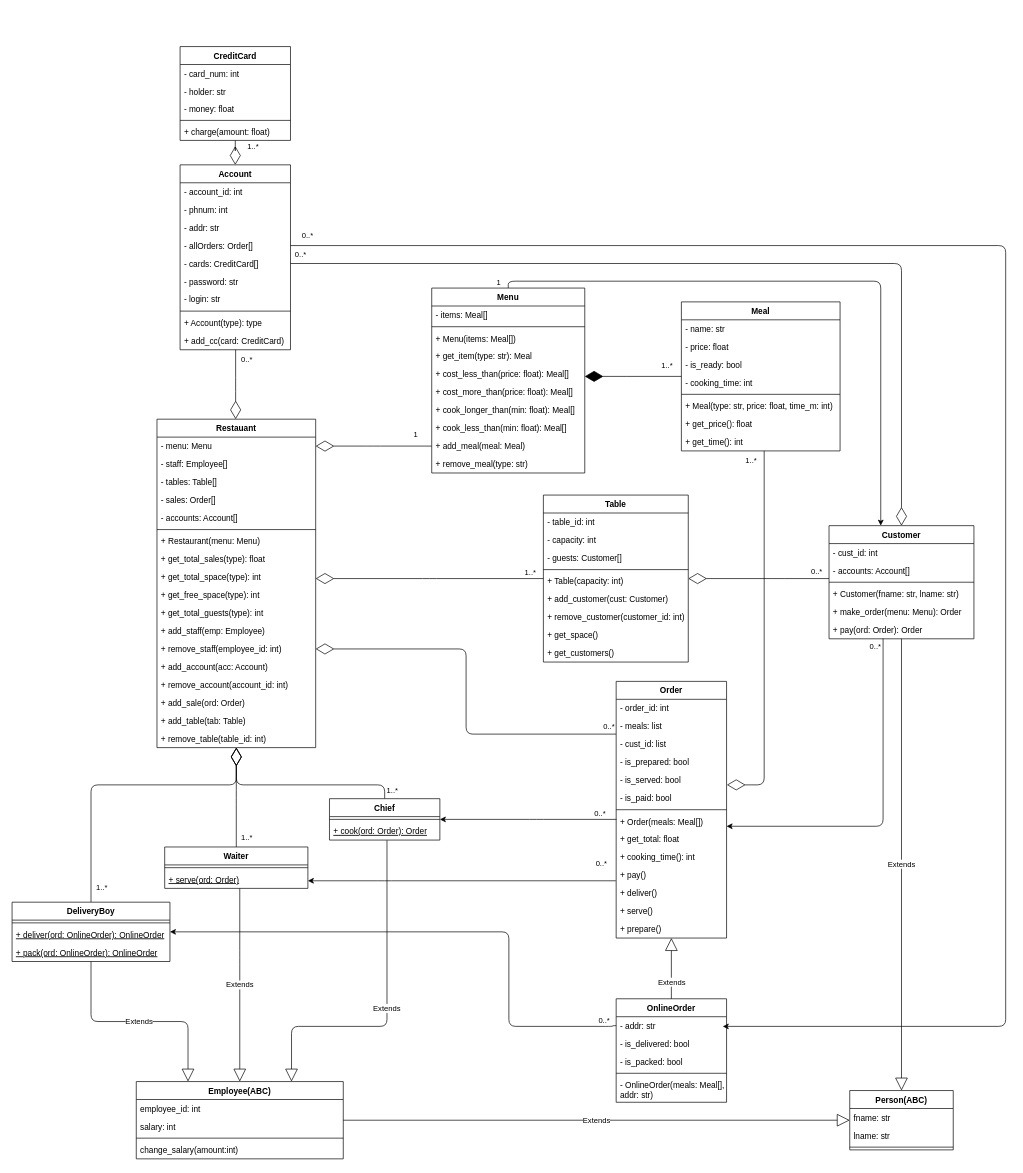
This is python_module/task4/MyDiagram2.drawio from BogdanArtem/python-education, a draw.io file, before an edit. Source tidied: cells renumbered, new cells numbered last; positions are measured from the earlier drawing's top-left corner, leaving out a move shared by most shapes. Both pictures are drawn from the tidied source at 69%, with x=0, y=0 at pixel (12, 46).
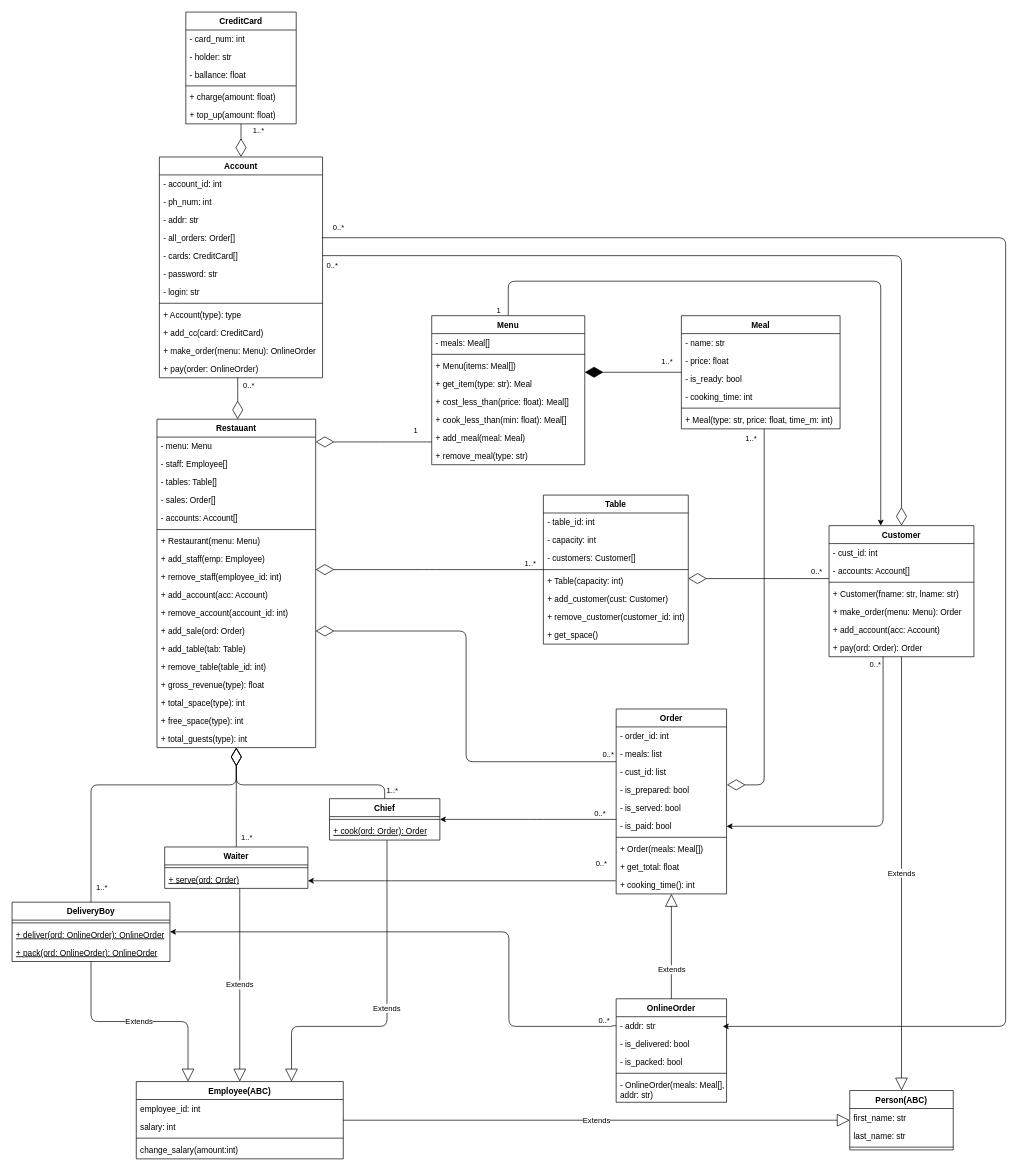
The same diagram, later.

Commit message (it also covers changes not shown here):
Fixed methods, removed inconsistencies in diagram

Unchanged cells that the change refers to:
```xml
<mxCell id="15" value="- cust_id: list" style="text;strokeColor=none;fillColor=none;align=left;verticalAlign=top;spacingLeft=4;spacingRight=4;overflow=hidden;points=[[0,0.5],[1,0.5]];portConstraint=eastwest;" parent="12" vertex="1">
  <mxGeometry y="78" width="160" height="26" as="geometry" />
</mxCell>
<mxCell id="27" value="Person(ABC)" style="swimlane;fontStyle=1;align=center;verticalAlign=top;horizontal=1;startSize=26;" parent="1" vertex="1">
  <mxGeometry x="1214" y="1513" width="150" height="86" as="geometry" />
</mxCell>
<mxCell id="80" value="Restauant" style="swimlane;fontStyle=1;align=center;verticalAlign=top;horizontal=1;startSize=26;" parent="1" vertex="1">
  <mxGeometry x="210" y="540" width="230" height="476" as="geometry" />
</mxCell>
<mxCell id="133" style="endArrow=diamondThin;endFill=0;endSize=24;html=1;edgeStyle=elbowEdgeStyle;exitX=1;exitY=0.5;exitDx=0;exitDy=0;" parent="1" edge="1" source="74" target="31">
  <mxGeometry relative="1" as="geometry">
    <Array as="points">
      <mxPoint x="1289" y="560" />
      <mxPoint x="1219" y="620" />
      <mxPoint x="1210" y="720" />
      <mxPoint x="1169" y="590" />
      <mxPoint x="1160" y="610" />
      <mxPoint x="900" y="740" />
    </Array>
  </mxGeometry>
</mxCell>
```

Diff of the diagram source:
```diff
@@
     <mxCell id="2" value="Table" style="swimlane;fontStyle=1;align=center;verticalAlign=top;horizontal=1;startSize=26;" parent="1" vertex="1">
-      <mxGeometry x="770" y="650" width="210" height="242" as="geometry" />
+      <mxGeometry x="770" y="650" width="210" height="216" as="geometry" />
     </mxCell>
@@
-    <mxCell id="5" value="- guests: Customer[]" style="text;strokeColor=none;fillColor=none;align=left;verticalAlign=top;spacingLeft=4;spacingRight=4;overflow=hidden;" parent="2" vertex="1">
+    <mxCell id="5" value="- customers: Customer[]" style="text;strokeColor=none;fillColor=none;align=left;verticalAlign=top;spacingLeft=4;spacingRight=4;overflow=hidden;" parent="2" vertex="1">
       <mxGeometry y="78" width="210" height="26" as="geometry" />
     </mxCell>
@@
-    <mxCell id="11" value="+ get_customers()" style="text;strokeColor=none;fillColor=none;align=left;verticalAlign=top;spacingLeft=4;spacingRight=4;overflow=hidden;" parent="2" vertex="1">
-      <mxGeometry y="216" width="210" height="26" as="geometry" />
-    </mxCell>
     <mxCell id="12" value="Order" style="swimlane;fontStyle=1;align=center;verticalAlign=top;horizontal=1;startSize=26;" parent="1" vertex="1">
-      <mxGeometry x="875.5" y="920" width="160" height="372" as="geometry" />
+      <mxGeometry x="875.5" y="960" width="160" height="268" as="geometry" />
     </mxCell>
@@
-    <mxCell id="23" value="+ pay()" style="text;strokeColor=none;fillColor=none;align=left;verticalAlign=top;spacingLeft=4;spacingRight=4;overflow=hidden;" parent="12" vertex="1">
-      <mxGeometry y="268" width="160" height="26" as="geometry" />
-    </mxCell>
-    <mxCell id="24" value="+ deliver()" style="text;strokeColor=none;fillColor=none;align=left;verticalAlign=top;spacingLeft=4;spacingRight=4;overflow=hidden;" parent="12" vertex="1">
-      <mxGeometry y="294" width="160" height="26" as="geometry" />
-    </mxCell>
-    <mxCell id="25" value="+ serve()" style="text;strokeColor=none;fillColor=none;align=left;verticalAlign=top;spacingLeft=4;spacingRight=4;overflow=hidden;" parent="12" vertex="1">
-      <mxGeometry y="320" width="160" height="26" as="geometry" />
-    </mxCell>
-    <mxCell id="26" value="+ prepare()" style="text;strokeColor=none;fillColor=none;align=left;verticalAlign=top;spacingLeft=4;spacingRight=4;overflow=hidden;" parent="12" vertex="1">
-      <mxGeometry y="346" width="160" height="26" as="geometry" />
-    </mxCell>
@@
-    <mxCell id="28" value="fname: str" style="text;strokeColor=none;fillColor=none;align=left;verticalAlign=top;spacingLeft=4;spacingRight=4;overflow=hidden;" parent="27" vertex="1">
+    <mxCell id="28" value="first_name: str" style="text;strokeColor=none;fillColor=none;align=left;verticalAlign=top;spacingLeft=4;spacingRight=4;overflow=hidden;" parent="27" vertex="1">
       <mxGeometry y="26" width="150" height="26" as="geometry" />
     </mxCell>
-    <mxCell id="29" value="lname: str" style="text;strokeColor=none;fillColor=none;align=left;verticalAlign=top;spacingLeft=4;spacingRight=4;overflow=hidden;" parent="27" vertex="1">
+    <mxCell id="29" value="last_name: str" style="text;strokeColor=none;fillColor=none;align=left;verticalAlign=top;spacingLeft=4;spacingRight=4;overflow=hidden;" parent="27" vertex="1">
       <mxGeometry y="52" width="150" height="26" as="geometry" />
     </mxCell>
@@
     <mxCell id="31" value="Customer" style="swimlane;fontStyle=1;align=center;verticalAlign=top;horizontal=1;startSize=26;" parent="1" vertex="1">
-      <mxGeometry x="1184" y="694.3" width="210" height="164" as="geometry" />
+      <mxGeometry x="1184" y="694.3" width="210" height="190" as="geometry" />
     </mxCell>
@@
+    <mxCell id="159" value="+ add_account(acc: Account)" style="text;strokeColor=none;fillColor=none;align=left;verticalAlign=top;spacingLeft=4;spacingRight=4;overflow=hidden;" parent="31" vertex="1">
+      <mxGeometry y="138" width="210" height="26" as="geometry" />
+    </mxCell>
     <mxCell id="37" value="+ pay(ord: Order): Order" style="text;strokeColor=none;fillColor=none;align=left;verticalAlign=top;spacingLeft=4;spacingRight=4;overflow=hidden;points=[[0,0.5],[1,0.5]];portConstraint=eastwest;" parent="31" vertex="1">
-      <mxGeometry y="138" width="210" height="26" as="geometry" />
+      <mxGeometry y="164" width="210" height="26" as="geometry" />
     </mxCell>
@@
     <mxCell id="46" value="CreditCard" style="swimlane;fontStyle=1;align=center;verticalAlign=top;horizontal=1;startSize=26;" parent="1" vertex="1">
-      <mxGeometry x="243.5" width="160" height="136" as="geometry" />
+      <mxGeometry x="251.8" y="-50" width="160" height="162" as="geometry" />
     </mxCell>
@@
-    <mxCell id="49" value="- money: float" style="text;strokeColor=none;fillColor=none;align=left;verticalAlign=top;spacingLeft=4;spacingRight=4;overflow=hidden;" parent="46" vertex="1">
+    <mxCell id="49" value="- ballance: float" style="text;strokeColor=none;fillColor=none;align=left;verticalAlign=top;spacingLeft=4;spacingRight=4;overflow=hidden;" parent="46" vertex="1">
       <mxGeometry y="78" width="160" height="26" as="geometry" />
     </mxCell>
@@
+    <mxCell id="160" value="+ top_up(amount: float)" style="text;strokeColor=none;fillColor=none;align=left;verticalAlign=top;spacingLeft=4;spacingRight=4;overflow=hidden;" parent="46" vertex="1">
+      <mxGeometry y="136" width="160" height="26" as="geometry" />
+    </mxCell>
@@
     <mxCell id="58" value="Meal" style="swimlane;fontStyle=1;align=center;verticalAlign=top;horizontal=1;startSize=26;" parent="1" vertex="1">
-      <mxGeometry x="970" y="370" width="230" height="216" as="geometry" />
+      <mxGeometry x="970" y="390" width="230" height="164" as="geometry" />
     </mxCell>
@@
-    <mxCell id="65" value="+ get_price(): float" style="text;strokeColor=none;fillColor=none;align=left;verticalAlign=top;spacingLeft=4;spacingRight=4;overflow=hidden;" parent="58" vertex="1">
-      <mxGeometry y="164" width="230" height="26" as="geometry" />
-    </mxCell>
-    <mxCell id="66" value="+ get_time(): int" style="text;strokeColor=none;fillColor=none;align=left;verticalAlign=top;spacingLeft=4;spacingRight=4;overflow=hidden;" parent="58" vertex="1">
-      <mxGeometry y="190" width="230" height="26" as="geometry" />
-    </mxCell>
@@
     <mxCell id="69" value="Account" style="swimlane;fontStyle=1;align=center;verticalAlign=top;horizontal=1;startSize=26;" parent="1" vertex="1">
-      <mxGeometry x="243.5" y="171.4" width="160" height="268" as="geometry" />
+      <mxGeometry x="213.5" y="160" width="236.5" height="320" as="geometry" />
     </mxCell>
     <mxCell id="70" value="- account_id: int" style="text;strokeColor=none;fillColor=none;align=left;verticalAlign=top;spacingLeft=4;spacingRight=4;overflow=hidden;" parent="69" vertex="1">
-      <mxGeometry y="26" width="160" height="26" as="geometry" />
+      <mxGeometry y="26" width="236.5" height="26" as="geometry" />
     </mxCell>
-    <mxCell id="71" value="- phnum: int" style="text;strokeColor=none;fillColor=none;align=left;verticalAlign=top;spacingLeft=4;spacingRight=4;overflow=hidden;" parent="69" vertex="1">
-      <mxGeometry y="52" width="160" height="26" as="geometry" />
+    <mxCell id="71" value="- ph_num: int" style="text;strokeColor=none;fillColor=none;align=left;verticalAlign=top;spacingLeft=4;spacingRight=4;overflow=hidden;" parent="69" vertex="1">
+      <mxGeometry y="52" width="236.5" height="26" as="geometry" />
     </mxCell>
     <mxCell id="72" value="- addr: str" style="text;strokeColor=none;fillColor=none;align=left;verticalAlign=top;spacingLeft=4;spacingRight=4;overflow=hidden;" parent="69" vertex="1">
-      <mxGeometry y="78" width="160" height="26" as="geometry" />
+      <mxGeometry y="78" width="236.5" height="26" as="geometry" />
     </mxCell>
-    <mxCell id="73" value="- allOrders: Order[]" style="text;strokeColor=none;fillColor=none;align=left;verticalAlign=top;spacingLeft=4;spacingRight=4;overflow=hidden;points=[[0,0.5],[1,0.5]];portConstraint=eastwest;" parent="69" vertex="1">
-      <mxGeometry y="104" width="160" height="26" as="geometry" />
+    <mxCell id="73" value="- all_orders: Order[]" style="text;strokeColor=none;fillColor=none;align=left;verticalAlign=top;spacingLeft=4;spacingRight=4;overflow=hidden;points=[[0,0.5],[1,0.5]];portConstraint=eastwest;" parent="69" vertex="1">
+      <mxGeometry y="104" width="236.5" height="26" as="geometry" />
     </mxCell>
     <mxCell id="74" value="- cards: CreditCard[]" style="text;strokeColor=none;fillColor=none;align=left;verticalAlign=top;spacingLeft=4;spacingRight=4;overflow=hidden;points=[[0,0.5],[1,0.5]];portConstraint=eastwest;" parent="69" vertex="1">
-      <mxGeometry y="130" width="160" height="26" as="geometry" />
+      <mxGeometry y="130" width="236.5" height="26" as="geometry" />
     </mxCell>
     <mxCell id="75" value="- password: str" style="text;strokeColor=none;fillColor=none;align=left;verticalAlign=top;spacingLeft=4;spacingRight=4;overflow=hidden;" parent="69" vertex="1">
-      <mxGeometry y="156" width="160" height="26" as="geometry" />
+      <mxGeometry y="156" width="236.5" height="26" as="geometry" />
     </mxCell>
     <mxCell id="76" value="- login: str" style="text;strokeColor=none;fillColor=none;align=left;verticalAlign=top;spacingLeft=4;spacingRight=4;overflow=hidden;" parent="69" vertex="1">
-      <mxGeometry y="182" width="160" height="26" as="geometry" />
+      <mxGeometry y="182" width="236.5" height="26" as="geometry" />
     </mxCell>
     <mxCell id="77" style="line;strokeWidth=1;fillColor=none;align=left;verticalAlign=middle;spacingTop=-1;spacingLeft=3;spacingRight=3;labelPosition=right;" parent="69" vertex="1">
-      <mxGeometry y="208" width="160" height="8" as="geometry" />
+      <mxGeometry y="208" width="236.5" height="8" as="geometry" />
     </mxCell>
     <mxCell id="78" value="+ Account(type): type" style="text;strokeColor=none;fillColor=none;align=left;verticalAlign=top;spacingLeft=4;spacingRight=4;overflow=hidden;" parent="69" vertex="1">
-      <mxGeometry y="216" width="160" height="26" as="geometry" />
+      <mxGeometry y="216" width="236.5" height="26" as="geometry" />
     </mxCell>
     <mxCell id="79" value="+ add_cc(card: CreditCard)" style="text;strokeColor=none;fillColor=none;align=left;verticalAlign=top;spacingLeft=4;spacingRight=4;overflow=hidden;" parent="69" vertex="1">
-      <mxGeometry y="242" width="160" height="26" as="geometry" />
+      <mxGeometry y="242" width="236.5" height="26" as="geometry" />
     </mxCell>
+    <mxCell id="161" value="+ make_order(menu: Menu): OnlineOrder" style="text;strokeColor=none;fillColor=none;align=left;verticalAlign=top;spacingLeft=4;spacingRight=4;overflow=hidden;" parent="69" vertex="1">
+      <mxGeometry y="268" width="236.5" height="26" as="geometry" />
+    </mxCell>
+    <mxCell id="162" value="+ pay(order: OnlineOrder)" style="text;strokeColor=none;fillColor=none;align=left;verticalAlign=top;spacingLeft=4;spacingRight=4;overflow=hidden;" parent="69" vertex="1">
+      <mxGeometry y="294" width="236.5" height="26" as="geometry" />
+    </mxCell>
@@
+    <mxCell id="92" value="+ add_staff(emp: Employee)" style="text;strokeColor=none;fillColor=none;align=left;verticalAlign=top;spacingLeft=4;spacingRight=4;overflow=hidden;" parent="80" vertex="1">
+      <mxGeometry y="190" width="230" height="26" as="geometry" />
+    </mxCell>
+    <mxCell id="93" value="+ remove_staff(employee_id: int)" style="text;strokeColor=none;fillColor=none;align=left;verticalAlign=top;spacingLeft=4;spacingRight=4;overflow=hidden;points=[[0,0.5],[1,0.5]];portConstraint=eastwest;" parent="80" vertex="1">
+      <mxGeometry y="216" width="230" height="26" as="geometry" />
+    </mxCell>
+    <mxCell id="94" value="+ add_account(acc: Account)" style="text;strokeColor=none;fillColor=none;align=left;verticalAlign=top;spacingLeft=4;spacingRight=4;overflow=hidden;" parent="80" vertex="1">
+      <mxGeometry y="242" width="230" height="26" as="geometry" />
+    </mxCell>
+    <mxCell id="95" value="+ remove_account(account_id: int)" style="text;strokeColor=none;fillColor=none;align=left;verticalAlign=top;spacingLeft=4;spacingRight=4;overflow=hidden;" parent="80" vertex="1">
+      <mxGeometry y="268" width="230" height="26" as="geometry" />
+    </mxCell>
+    <mxCell id="97" value="+ add_sale(ord: Order)" style="text;strokeColor=none;fillColor=none;align=left;verticalAlign=top;spacingLeft=4;spacingRight=4;overflow=hidden;points=[[0,0.5],[1,0.5]];portConstraint=eastwest;" parent="80" vertex="1">
+      <mxGeometry y="294" width="230" height="26" as="geometry" />
+    </mxCell>
+    <mxCell id="98" value="+ add_table(tab: Table)" style="text;strokeColor=none;fillColor=none;align=left;verticalAlign=top;spacingLeft=4;spacingRight=4;overflow=hidden;" parent="80" vertex="1">
+      <mxGeometry y="320" width="230" height="26" as="geometry" />
+    </mxCell>
+    <mxCell id="99" value="+ remove_table(table_id: int)" style="text;strokeColor=none;fillColor=none;align=left;verticalAlign=top;spacingLeft=4;spacingRight=4;overflow=hidden;" parent="80" vertex="1">
+      <mxGeometry y="346" width="230" height="26" as="geometry" />
+    </mxCell>
-    <mxCell id="88" value="+ get_total_sales(type): float" style="text;strokeColor=none;fillColor=none;align=left;verticalAlign=top;spacingLeft=4;spacingRight=4;overflow=hidden;" parent="80" vertex="1">
-      <mxGeometry y="190" width="230" height="26" as="geometry" />
+    <mxCell id="88" value="+ gross_revenue(type): float" style="text;strokeColor=none;fillColor=none;align=left;verticalAlign=top;spacingLeft=4;spacingRight=4;overflow=hidden;" parent="80" vertex="1">
+      <mxGeometry y="372" width="230" height="26" as="geometry" />
     </mxCell>
-    <mxCell id="89" value="+ get_total_space(type): int" style="text;strokeColor=none;fillColor=none;align=left;verticalAlign=top;spacingLeft=4;spacingRight=4;overflow=hidden;" parent="80" vertex="1">
-      <mxGeometry y="216" width="230" height="26" as="geometry" />
+    <mxCell id="89" value="+ total_space(type): int" style="text;strokeColor=none;fillColor=none;align=left;verticalAlign=top;spacingLeft=4;spacingRight=4;overflow=hidden;" parent="80" vertex="1">
+      <mxGeometry y="398" width="230" height="26" as="geometry" />
     </mxCell>
-    <mxCell id="90" value="+ get_free_space(type): int" style="text;strokeColor=none;fillColor=none;align=left;verticalAlign=top;spacingLeft=4;spacingRight=4;overflow=hidden;points=[[0,0.5],[1,0.5]];portConstraint=eastwest;" parent="80" vertex="1">
-      <mxGeometry y="242" width="230" height="26" as="geometry" />
+    <mxCell id="90" value="+ free_space(type): int" style="text;strokeColor=none;fillColor=none;align=left;verticalAlign=top;spacingLeft=4;spacingRight=4;overflow=hidden;points=[[0,0.5],[1,0.5]];portConstraint=eastwest;" parent="80" vertex="1">
+      <mxGeometry y="424" width="230" height="26" as="geometry" />
     </mxCell>
-    <mxCell id="91" value="+ get_total_guests(type): int" style="text;strokeColor=none;fillColor=none;align=left;verticalAlign=top;spacingLeft=4;spacingRight=4;overflow=hidden;" parent="80" vertex="1">
-      <mxGeometry y="268" width="230" height="26" as="geometry" />
+    <mxCell id="91" value="+ total_guests(type): int" style="text;strokeColor=none;fillColor=none;align=left;verticalAlign=top;spacingLeft=4;spacingRight=4;overflow=hidden;" parent="80" vertex="1">
+      <mxGeometry y="450" width="230" height="26" as="geometry" />
     </mxCell>
-    <mxCell id="92" value="+ add_staff(emp: Employee)" style="text;strokeColor=none;fillColor=none;align=left;verticalAlign=top;spacingLeft=4;spacingRight=4;overflow=hidden;" parent="80" vertex="1">
-      <mxGeometry y="294" width="230" height="26" as="geometry" />
-    </mxCell>
-    <mxCell id="93" value="+ remove_staff(employee_id: int)" style="text;strokeColor=none;fillColor=none;align=left;verticalAlign=top;spacingLeft=4;spacingRight=4;overflow=hidden;points=[[0,0.5],[1,0.5]];portConstraint=eastwest;" parent="80" vertex="1">
-      <mxGeometry y="320" width="230" height="26" as="geometry" />
-    </mxCell>
-    <mxCell id="94" value="+ add_account(acc: Account)" style="text;strokeColor=none;fillColor=none;align=left;verticalAlign=top;spacingLeft=4;spacingRight=4;overflow=hidden;" parent="80" vertex="1">
-      <mxGeometry y="346" width="230" height="26" as="geometry" />
-    </mxCell>
-    <mxCell id="95" value="+ remove_account(account_id: int)" style="text;strokeColor=none;fillColor=none;align=left;verticalAlign=top;spacingLeft=4;spacingRight=4;overflow=hidden;" parent="80" vertex="1">
-      <mxGeometry y="372" width="230" height="26" as="geometry" />
-    </mxCell>
@@
-    <mxCell id="97" value="+ add_sale(ord: Order)" style="text;strokeColor=none;fillColor=none;align=left;verticalAlign=top;spacingLeft=4;spacingRight=4;overflow=hidden;points=[[0,0.5],[1,0.5]];portConstraint=eastwest;" parent="80" vertex="1">
-      <mxGeometry y="398" width="230" height="26" as="geometry" />
-    </mxCell>
-    <mxCell id="98" value="+ add_table(tab: Table)" style="text;strokeColor=none;fillColor=none;align=left;verticalAlign=top;spacingLeft=4;spacingRight=4;overflow=hidden;" parent="80" vertex="1">
-      <mxGeometry y="424" width="230" height="26" as="geometry" />
-    </mxCell>
-    <mxCell id="99" value="+ remove_table(table_id: int)" style="text;strokeColor=none;fillColor=none;align=left;verticalAlign=top;spacingLeft=4;spacingRight=4;overflow=hidden;" parent="80" vertex="1">
-      <mxGeometry y="450" width="230" height="26" as="geometry" />
-    </mxCell>
@@
     <mxCell id="102" value="Menu" style="swimlane;fontStyle=1;align=center;verticalAlign=top;horizontal=1;startSize=26;" parent="1" vertex="1">
-      <mxGeometry x="608.2" y="350" width="221.8" height="268" as="geometry" />
+      <mxGeometry x="608.2" y="390" width="221.8" height="216" as="geometry" />
     </mxCell>
-    <mxCell id="103" value="- items: Meal[]" style="text;strokeColor=none;fillColor=none;align=left;verticalAlign=top;spacingLeft=4;spacingRight=4;overflow=hidden;" parent="102" vertex="1">
+    <mxCell id="103" value="- meals: Meal[]" style="text;strokeColor=none;fillColor=none;align=left;verticalAlign=top;spacingLeft=4;spacingRight=4;overflow=hidden;" parent="102" vertex="1">
       <mxGeometry y="26" width="221.8" height="26" as="geometry" />
     </mxCell>
@@
-    <mxCell id="108" value="+ cost_more_than(price: float): Meal[]" style="text;strokeColor=none;fillColor=none;align=left;verticalAlign=top;spacingLeft=4;spacingRight=4;overflow=hidden;" parent="102" vertex="1">
-      <mxGeometry y="138" width="221.8" height="26" as="geometry" />
-    </mxCell>
-    <mxCell id="109" value="+ cook_longer_than(min: float): Meal[]" style="text;strokeColor=none;fillColor=none;align=left;verticalAlign=top;spacingLeft=4;spacingRight=4;overflow=hidden;" parent="102" vertex="1">
-      <mxGeometry y="164" width="221.8" height="26" as="geometry" />
-    </mxCell>
     <mxCell id="110" value="+ cook_less_than(min: float): Meal[]" style="text;strokeColor=none;fillColor=none;align=left;verticalAlign=top;spacingLeft=4;spacingRight=4;overflow=hidden;" parent="102" vertex="1">
-      <mxGeometry y="190" width="221.8" height="26" as="geometry" />
+      <mxGeometry y="138" width="221.8" height="26" as="geometry" />
     </mxCell>
     <mxCell id="111" value="+ add_meal(meal: Meal)" style="text;strokeColor=none;fillColor=none;align=left;verticalAlign=top;spacingLeft=4;spacingRight=4;overflow=hidden;" parent="102" vertex="1">
-      <mxGeometry y="216" width="221.8" height="26" as="geometry" />
+      <mxGeometry y="164" width="221.8" height="26" as="geometry" />
     </mxCell>
     <mxCell id="112" value="+ remove_meal(type: str)" style="text;strokeColor=none;fillColor=none;align=left;verticalAlign=top;spacingLeft=4;spacingRight=4;overflow=hidden;" parent="102" vertex="1">
-      <mxGeometry y="242" width="221.8" height="26" as="geometry" />
+      <mxGeometry y="190" width="221.8" height="26" as="geometry" />
     </mxCell>
@@
     <mxCell id="134" value="0..*" style="edgeLabel;html=1;align=center;verticalAlign=middle;" parent="133" vertex="1">
       <mxGeometry x="-0.98" y="2" relative="1" as="geometry">
-        <mxPoint x="1" y="-11" as="offset" />
+        <mxPoint x="1" y="15" as="offset" />
       </mxGeometry>
     </mxCell>
@@
-    <mxCell id="143" style="endArrow=diamondThin;endFill=0;endSize=24;html=1;edgeStyle=elbowEdgeStyle;entryX=1;entryY=0.5;entryDx=0;entryDy=0;exitX=-0.001;exitY=-0.06;exitDx=0;exitDy=0;exitPerimeter=0;" parent="1" edge="1" source="15" target="93">
+    <mxCell id="143" style="endArrow=diamondThin;endFill=0;endSize=24;html=1;edgeStyle=elbowEdgeStyle;entryX=1;entryY=0.5;entryDx=0;entryDy=0;exitX=-0.001;exitY=-0.06;exitDx=0;exitDy=0;exitPerimeter=0;" parent="1" edge="1" source="15" target="97">
       <mxGeometry relative="1" as="geometry" />
     </mxCell>
@@
-    <mxCell id="145" style="edgeStyle=orthogonalEdgeStyle;rounded=1;jettySize=auto;html=1;exitX=1;exitY=0.5;exitDx=0;exitDy=0;" parent="1" edge="1" source="73">
+    <mxCell id="145" style="edgeStyle=orthogonalEdgeStyle;rounded=1;orthogonalLoop=1;jettySize=auto;html=1;" parent="1" edge="1">
       <mxGeometry relative="1" as="geometry">
+        <mxPoint x="449" y="277" as="sourcePoint" />
         <mxPoint x="1030" y="1420" as="targetPoint" />
         <Array as="points">
-          <mxPoint x="1440" y="288" />
+          <mxPoint x="449" y="277" />
+          <mxPoint x="1440" y="277" />
           <mxPoint x="1440" y="1420" />
         </Array>
       </mxGeometry>
     </mxCell>
```
